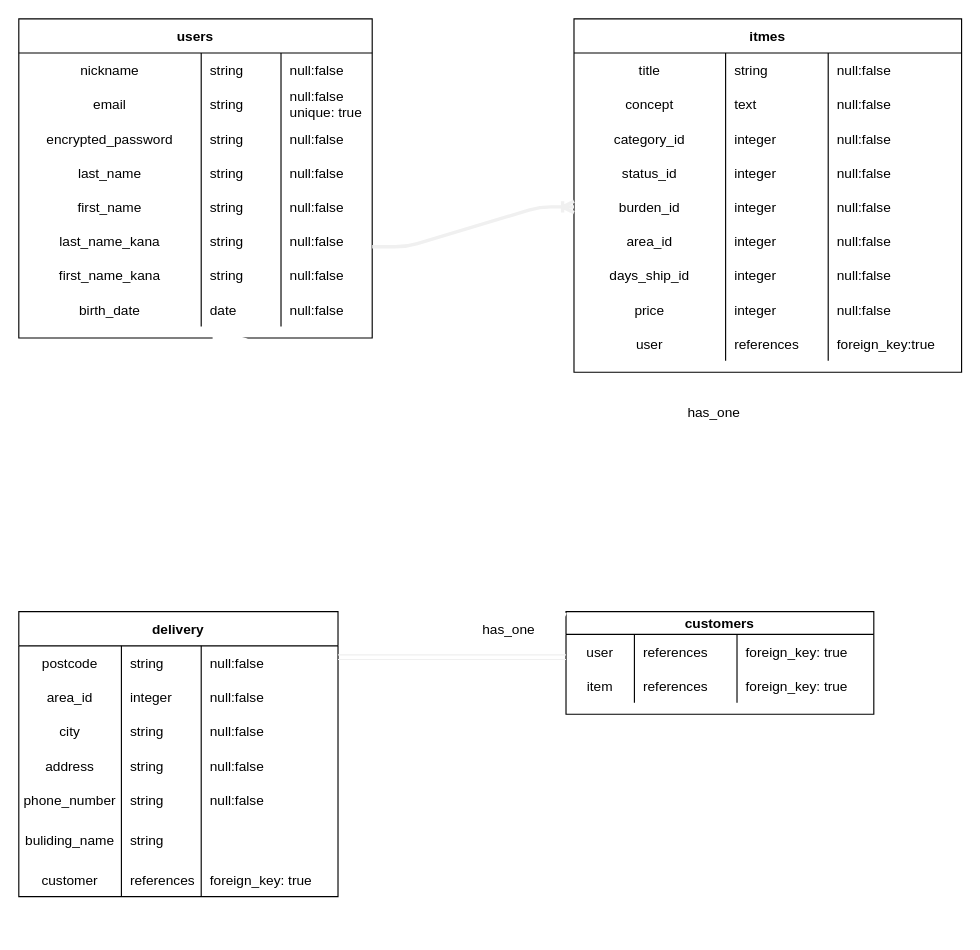
Earlier version of the draw.io diagram furima.dio (haihaihai103/furima-34956-2-). Source tidied: cells renumbered, new cells numbered last; positions are measured from the earlier drawing's top-left corner, leaving out a move shared by most shapes. Both pictures are drawn from the tidied source at 114%, with x=0, y=0 at pixel (18, 18).
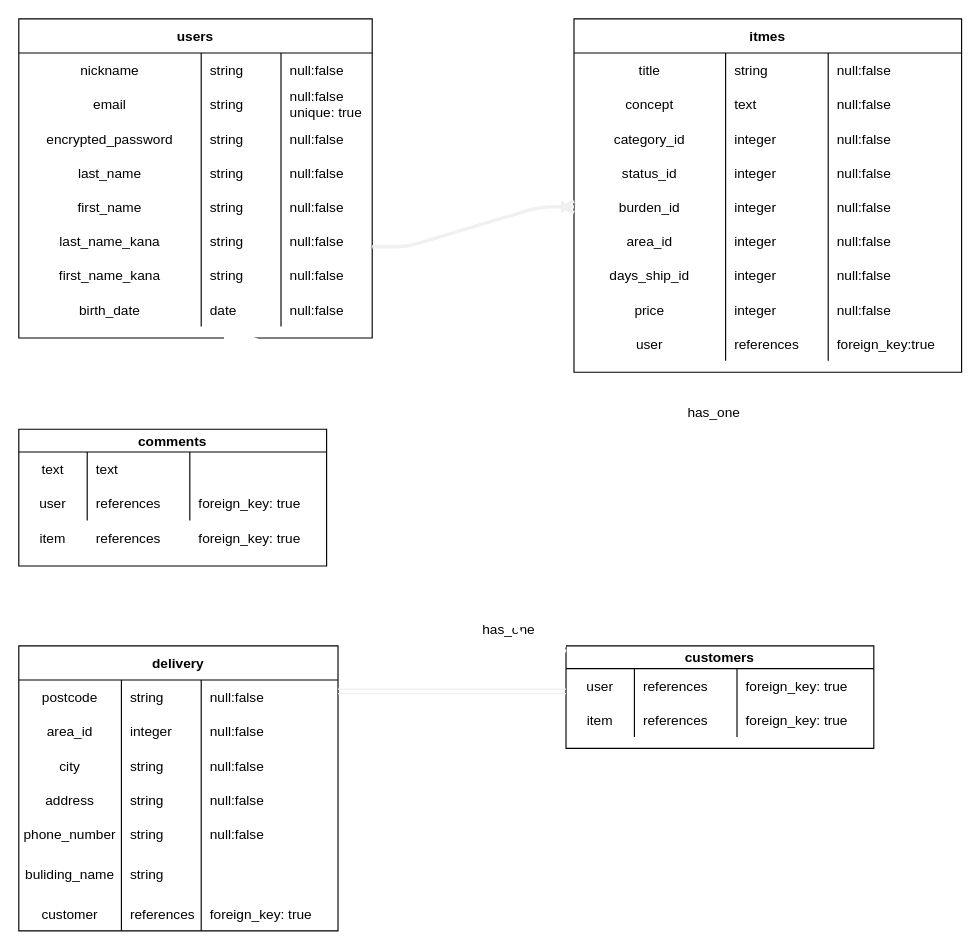
Above is the later version.

What changed in the source:
```diff
@@
     <mxCell id="73" value="customers" style="shape=table;startSize=20;childLayout=tableLayout;rowLines=0;fontStyle=1;align=center;" parent="1" vertex="1">
-      <mxGeometry x="480" y="520" width="270" height="90" as="geometry" />
+      <mxGeometry x="480" y="550" width="270" height="90" as="geometry" />
     </mxCell>
@@
     <mxCell id="82" value="delivery" style="shape=table;startSize=30;childLayout=tableLayout;rowLines=0;fontStyle=1;align=center;" parent="1" vertex="1">
-      <mxGeometry y="520" width="280" height="250" as="geometry" />
+      <mxGeometry y="550" width="280" height="250" as="geometry" />
     </mxCell>
@@
     <mxCell id="112" style="endArrow=none;html=1;rounded=0;strokeColor=#f0f0f0;strokeWidth=1;shape=link;" parent="1" edge="1">
       <mxGeometry relative="1" as="geometry">
-        <mxPoint x="280" y="560" as="sourcePoint" />
-        <mxPoint x="480" y="560" as="targetPoint" />
+        <mxPoint x="280" y="590" as="sourcePoint" />
+        <mxPoint x="480" y="590" as="targetPoint" />
       </mxGeometry>
     </mxCell>
@@
     <mxCell id="115" style="edgeStyle=entityRelationEdgeStyle;fontSize=12;html=1;endArrow=ERoneToMany;strokeColor=#FFFFFF;strokeWidth=3;" parent="1" edge="1">
       <mxGeometry relative="1" as="geometry">
-        <mxPoint x="170" y="280" as="sourcePoint" />
-        <mxPoint x="480" y="518" as="targetPoint" />
+        <mxPoint x="180" y="280" as="sourcePoint" />
+        <mxPoint x="480" y="550" as="targetPoint" />
       </mxGeometry>
     </mxCell>
+    <mxCell id="116" value="comments" style="shape=table;startSize=20;childLayout=tableLayout;rowLines=0;fontStyle=1;align=center;" parent="1" vertex="1">
+      <mxGeometry y="360" width="270" height="120" as="geometry" />
+    </mxCell>
+    <mxCell id="117" style="shape=partialRectangle;fillColor=none;top=0;left=0;bottom=0;right=0;" parent="116" vertex="1">
+      <mxGeometry y="20" width="270" height="30" as="geometry" />
+    </mxCell>
+    <mxCell id="118" value="text" style="shape=partialRectangle;fillColor=none;top=0;left=0;bottom=0;right=0;overflow=hidden;" parent="117" vertex="1">
+      <mxGeometry width="60" height="30" as="geometry" />
+    </mxCell>
+    <mxCell id="119" value="text" style="shape=partialRectangle;fillColor=none;top=0;left=0;bottom=0;right=0;align=left;spacingLeft=6;overflow=hidden;" parent="117" vertex="1">
+      <mxGeometry x="60" width="90" height="30" as="geometry" />
+    </mxCell>
+    <mxCell id="120" style="shape=partialRectangle;fillColor=none;top=0;left=0;bottom=0;right=0;align=left;spacingLeft=6;overflow=hidden;" parent="117" vertex="1">
+      <mxGeometry x="150" width="120" height="30" as="geometry" />
+    </mxCell>
+    <mxCell id="121" style="shape=partialRectangle;fillColor=none;top=0;left=0;bottom=0;right=0;" parent="116" vertex="1">
+      <mxGeometry y="50" width="270" height="30" as="geometry" />
+    </mxCell>
+    <mxCell id="122" value="user" style="shape=partialRectangle;fillColor=none;top=0;left=0;bottom=0;right=0;overflow=hidden;" parent="121" vertex="1">
+      <mxGeometry width="60" height="30" as="geometry" />
+    </mxCell>
+    <mxCell id="123" value="references" style="shape=partialRectangle;fillColor=none;top=0;left=0;bottom=0;right=0;align=left;spacingLeft=6;overflow=hidden;" parent="121" vertex="1">
+      <mxGeometry x="60" width="90" height="30" as="geometry" />
+    </mxCell>
+    <mxCell id="124" value="foreign_key: true" style="shape=partialRectangle;fillColor=none;top=0;left=0;bottom=0;right=0;align=left;spacingLeft=6;overflow=hidden;" parent="121" vertex="1">
+      <mxGeometry x="150" width="120" height="30" as="geometry" />
+    </mxCell>
+    <mxCell id="125" style="shape=partialRectangle;fillColor=none;top=0;left=0;bottom=0;right=0;" parent="1" vertex="1">
+      <mxGeometry y="440" width="270" height="30" as="geometry" />
+    </mxCell>
+    <mxCell id="126" value="item" style="shape=partialRectangle;fillColor=none;top=0;left=0;bottom=0;right=0;overflow=hidden;" parent="125" vertex="1">
+      <mxGeometry width="60" height="30" as="geometry" />
+    </mxCell>
+    <mxCell id="127" value="references" style="shape=partialRectangle;fillColor=none;top=0;left=0;bottom=0;right=0;align=left;spacingLeft=6;overflow=hidden;" parent="125" vertex="1">
+      <mxGeometry x="60" width="90" height="30" as="geometry" />
+    </mxCell>
+    <mxCell id="128" value="foreign_key: true" style="shape=partialRectangle;fillColor=none;top=0;left=0;bottom=0;right=0;align=left;spacingLeft=6;overflow=hidden;" parent="125" vertex="1">
+      <mxGeometry x="150" width="120" height="30" as="geometry" />
+    </mxCell>
```
